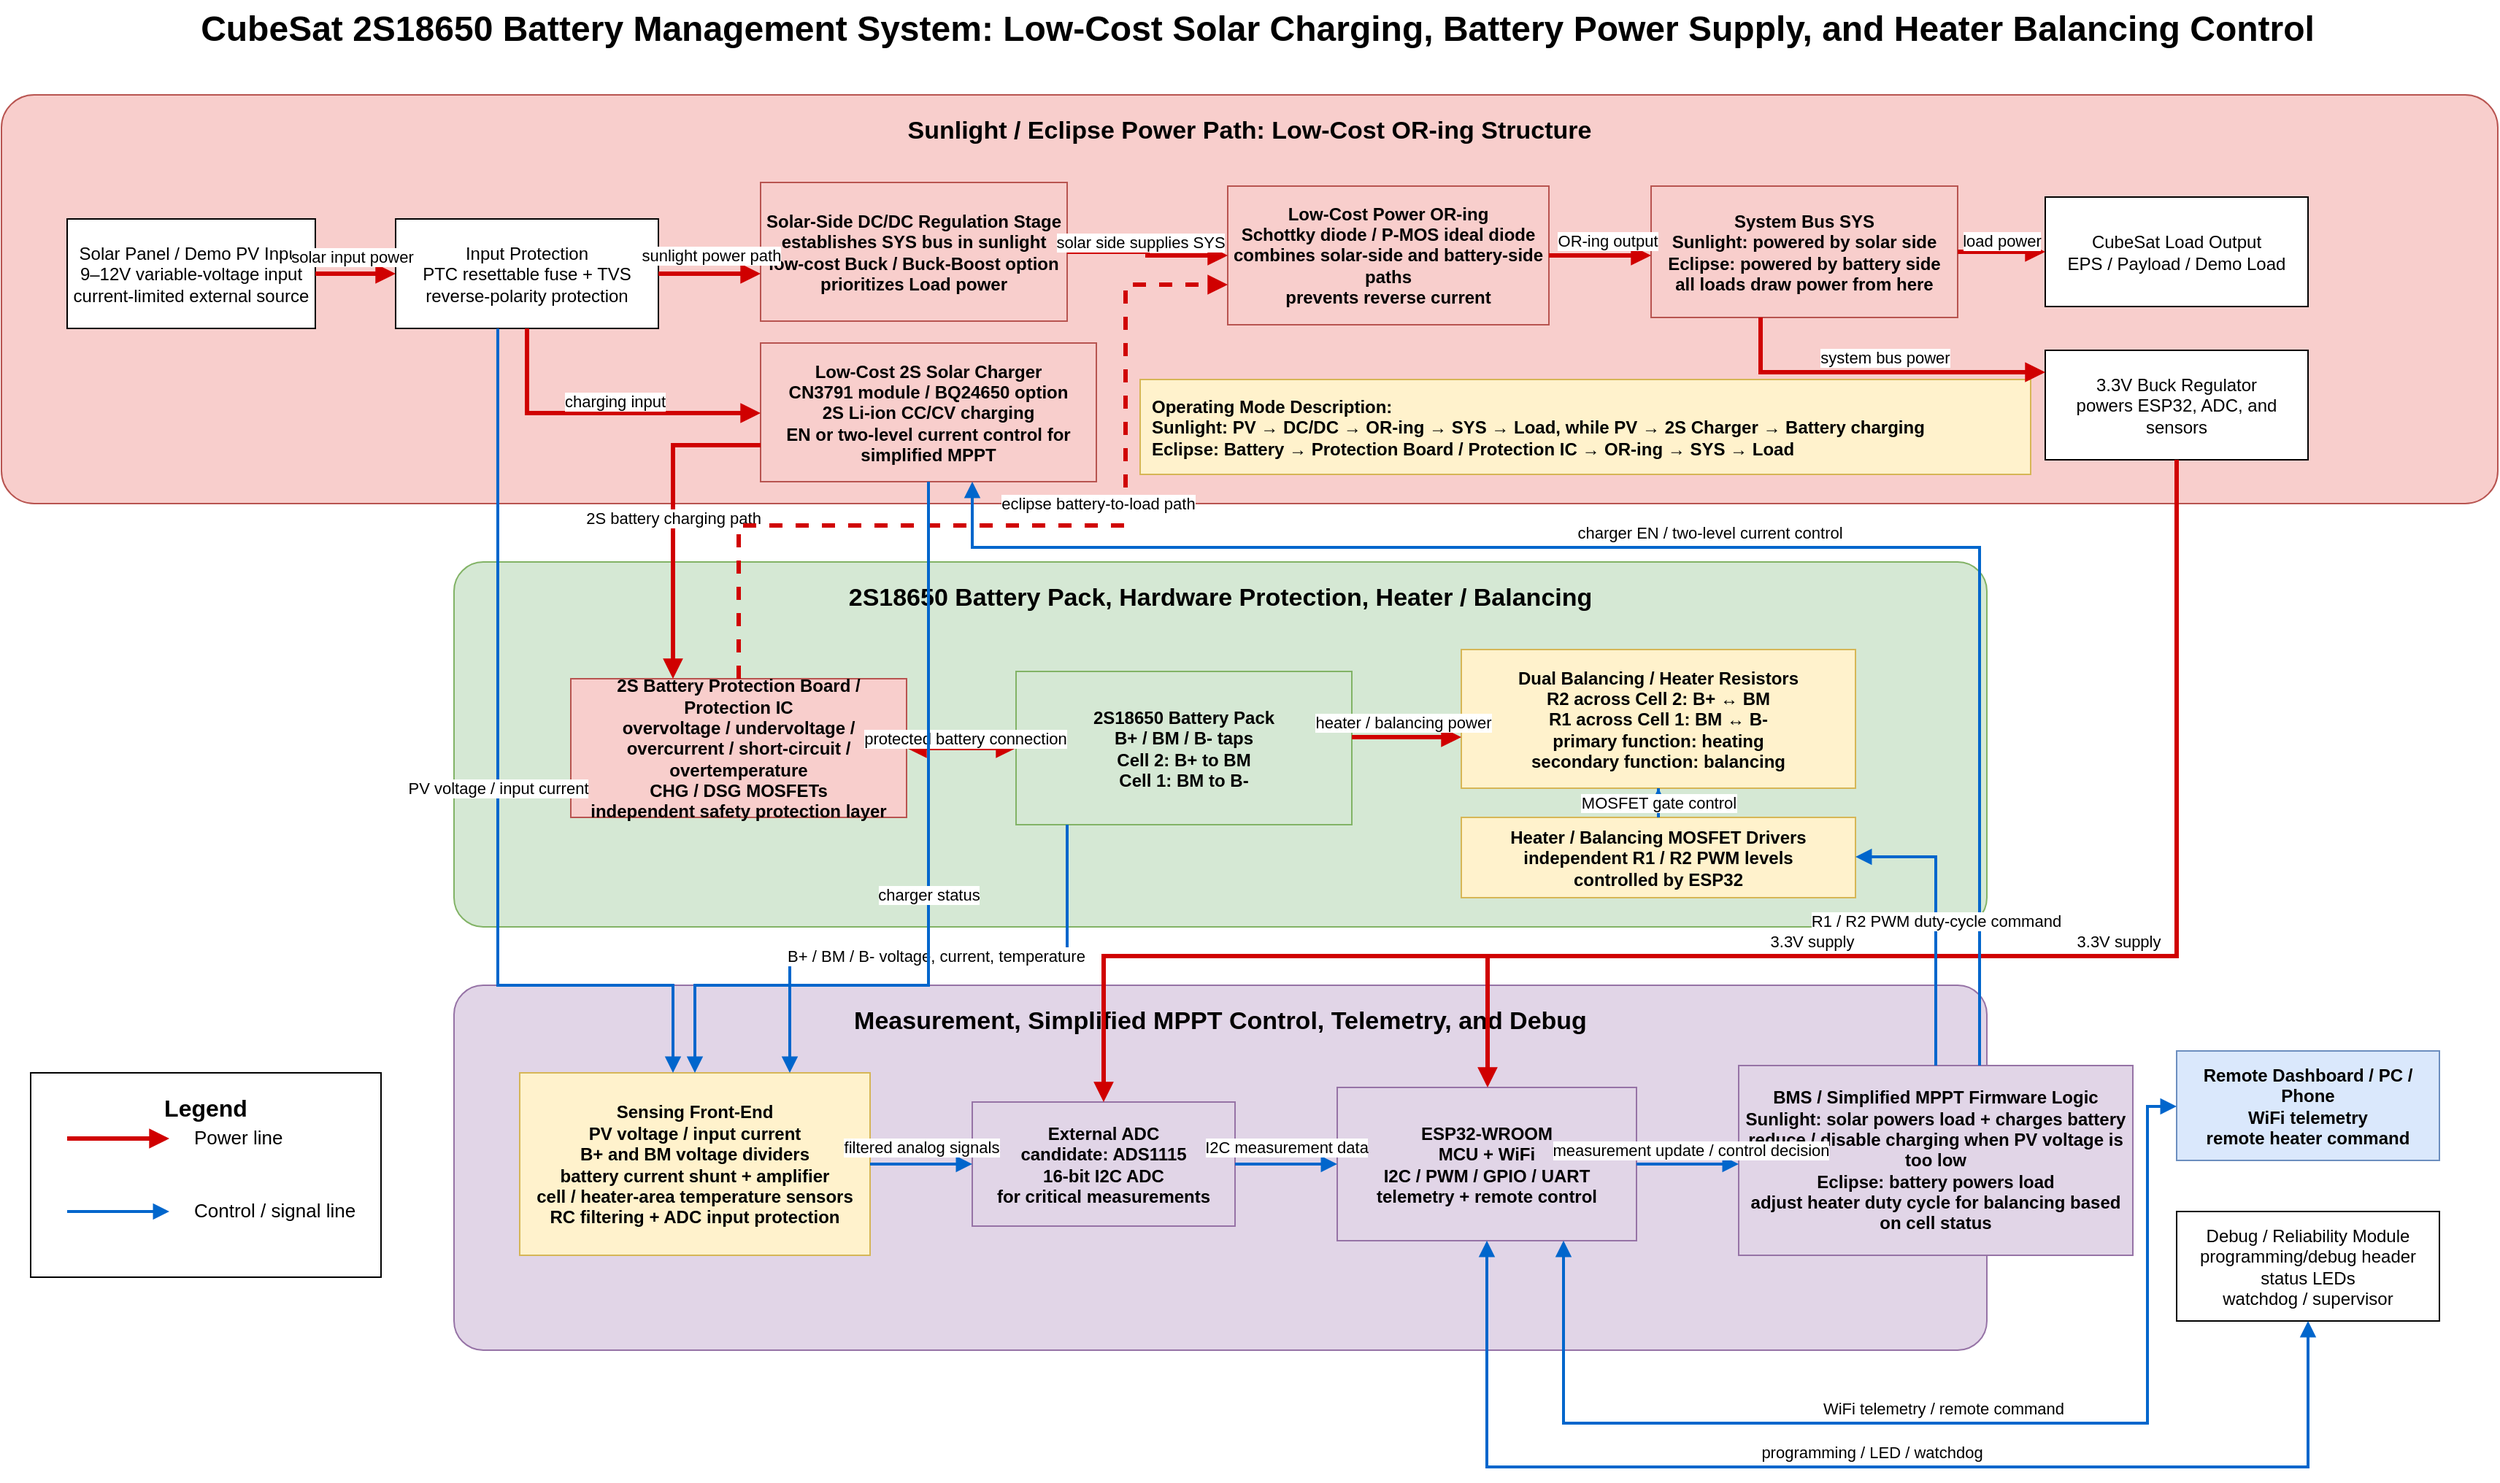
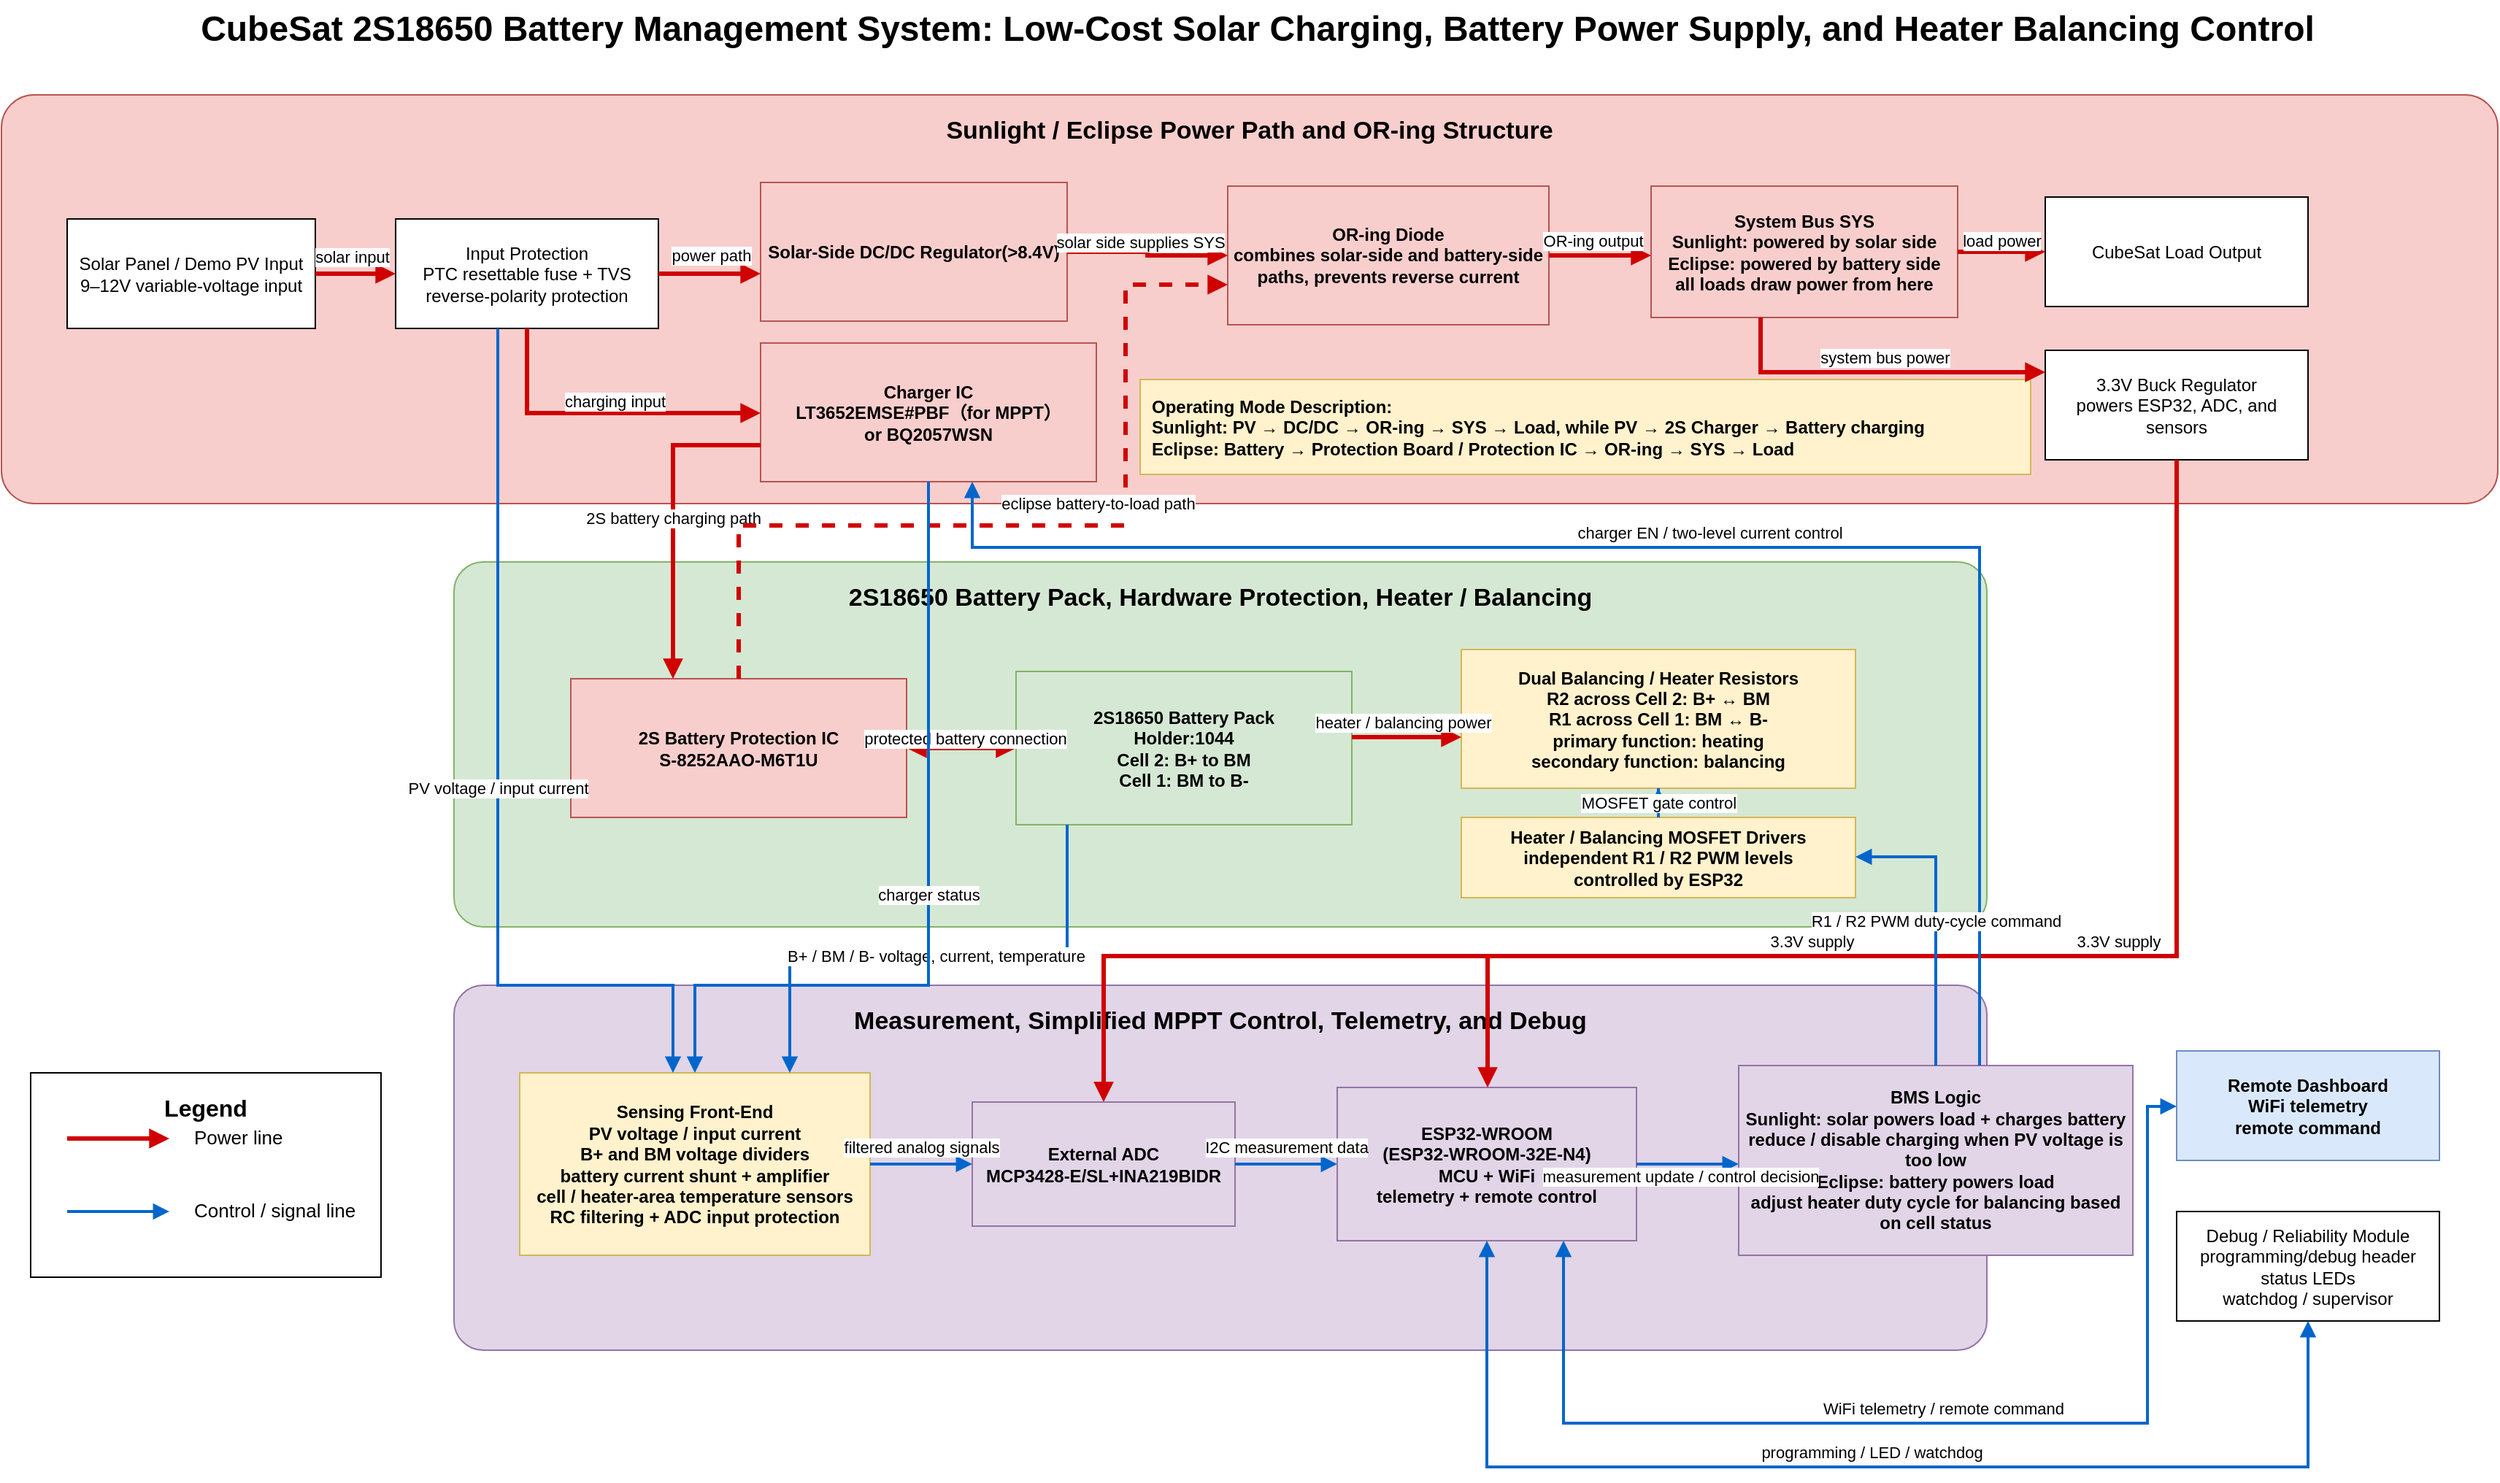
<mxfile host="app.diagrams.net">
  <diagram name="第 1 页" id="mtsnZ4J5otzk8pghUDI_">
-     <mxGraphModel dx="1155" dy="668" grid="1" gridSize="10" guides="1" tooltips="1" connect="1" arrows="1" fold="1" page="1" pageScale="1" pageWidth="1800" pageHeight="1050" math="0" shadow="0">
+     <mxGraphModel dx="856" dy="495" grid="1" gridSize="10" guides="1" tooltips="1" connect="1" arrows="1" fold="1" page="1" pageScale="1" pageWidth="1800" pageHeight="1050" math="0" shadow="0">
      <root>
        <mxCell id="0" />
        <mxCell id="1" parent="0" />
        <mxCell id="title" parent="1" style="text;html=1;strokeColor=none;fillColor=none;align=center;verticalAlign=middle;fontSize=24;fontStyle=1" value="CubeSat 2S18650 Battery Management System: Low-Cost Solar Charging, Battery Power Supply, and Heater Balancing Control" vertex="1">
          <mxGeometry height="40" width="1380" x="210" y="25" as="geometry" />
        </mxCell>
-         <mxCell id="box_power" parent="1" style="rounded=1;whiteSpace=wrap;html=1;container=1;collapsible=0;recursiveResize=0;arcSize=8;fontSize=17;fontStyle=1;verticalAlign=top;spacingTop=8;fillColor=#f8cecc;strokeColor=#b85450;" value="Sunlight / Eclipse Power Path: Low-Cost OR-ing Structure" vertex="1">
+         <mxCell id="box_power" parent="1" style="rounded=1;whiteSpace=wrap;html=1;container=1;collapsible=0;recursiveResize=0;arcSize=8;fontSize=17;fontStyle=1;verticalAlign=top;spacingTop=8;fillColor=#f8cecc;strokeColor=#b85450;" value="Sunlight / Eclipse Power Path and OR-ing Structure" vertex="1">
          <mxGeometry height="280" width="1710" x="40" y="90" as="geometry" />
        </mxCell>
-         <mxCell id="oring" parent="box_power" style="rounded=0;whiteSpace=wrap;html=1;fillColor=#f8cecc;strokeColor=#b85450;fontSize=12;fontStyle=1;" value="Low-Cost Power OR-ing&lt;br&gt;Schottky diode / P-MOS ideal diode&lt;br&gt;combines solar-side and battery-side paths&lt;br&gt;prevents reverse current" vertex="1">
+         <mxCell id="oring" parent="box_power" style="rounded=0;whiteSpace=wrap;html=1;fillColor=#f8cecc;strokeColor=#b85450;fontSize=12;fontStyle=1;" value="OR-ing Diode&lt;br&gt;combines solar-side and battery-side paths, prevents reverse current" vertex="1">
          <mxGeometry height="95" width="220" x="840" y="62.5" as="geometry" />
        </mxCell>
        <mxCell id="system_bus" parent="box_power" style="rounded=0;whiteSpace=wrap;html=1;fillColor=#f8cecc;strokeColor=#b85450;fontSize=12;fontStyle=1;" value="System Bus SYS&lt;br&gt;Sunlight: powered by solar side&lt;br&gt;Eclipse: powered by battery side&lt;br&gt;all loads draw power from here" vertex="1">
          <mxGeometry height="90" width="210" x="1130" y="62.5" as="geometry" />
        </mxCell>
        <mxCell id="p_oring_to_bus" edge="1" parent="box_power" source="oring" style="edgeStyle=orthogonalEdgeStyle;rounded=0;orthogonalLoop=1;jettySize=auto;endArrow=block;html=1;strokeWidth=3;strokeColor=#d00000;fontSize=11;" target="system_bus" value="OR-ing output">
-           <mxGeometry relative="1" x="0.1429" y="10" as="geometry">
+           <mxGeometry relative="1" x="-0.1429" y="10" as="geometry">
            <mxPoint as="offset" />
            <Array as="points">
              <mxPoint x="1110" y="110" />
              <mxPoint x="1110" y="110" />
            </Array>
          </mxGeometry>
        </mxCell>
        <mxCell id="box_battery" parent="1" style="rounded=1;whiteSpace=wrap;html=1;container=1;collapsible=0;recursiveResize=0;arcSize=8;fontSize=17;fontStyle=1;verticalAlign=top;spacingTop=8;fillColor=#d5e8d4;strokeColor=#82b366;" value="2S18650 Battery Pack, Hardware Protection, Heater / Balancing" vertex="1">
          <mxGeometry height="250" width="1050" x="350" y="410" as="geometry" />
        </mxCell>
        <mxCell id="box_control" parent="1" style="rounded=1;whiteSpace=wrap;html=1;container=1;collapsible=0;recursiveResize=0;arcSize=8;fontSize=17;fontStyle=1;verticalAlign=top;spacingTop=8;fillColor=#e1d5e7;strokeColor=#9673a6;" value="Measurement, Simplified MPPT Control, Telemetry, and Debug" vertex="1">
          <mxGeometry height="250" width="1050" x="350" y="700" as="geometry" />
        </mxCell>
        <mxCell id="legend" parent="1" style="rounded=0;whiteSpace=wrap;html=1;fillColor=#ffffff;strokeColor=#000000;fontSize=16;fontStyle=1;verticalAlign=top;spacingTop=8;" value="Legend" vertex="1">
          <mxGeometry height="140" width="240" x="60" y="760" as="geometry" />
        </mxCell>
-         <mxCell id="solar" parent="1" style="rounded=0;whiteSpace=wrap;html=1;fillColor=#ffffff;strokeColor=#000000;fontSize=12;" value="Solar Panel / Demo PV Input&lt;br&gt;9–12V variable-voltage input&lt;br&gt;current-limited external source" vertex="1">
+         <mxCell id="solar" parent="1" style="rounded=0;whiteSpace=wrap;html=1;fillColor=#ffffff;strokeColor=#000000;fontSize=12;" value="Solar Panel / Demo PV Input&lt;br&gt;9–12V variable-voltage input" vertex="1">
          <mxGeometry height="75" width="170" x="85" y="175" as="geometry" />
        </mxCell>
        <mxCell id="input_protection" parent="1" style="rounded=0;whiteSpace=wrap;html=1;fillColor=#ffffff;strokeColor=#000000;fontSize=12;" value="Input Protection&lt;br&gt;PTC resettable fuse + TVS&lt;br&gt;reverse-polarity protection" vertex="1">
          <mxGeometry height="75" width="180" x="310" y="175" as="geometry" />
        </mxCell>
-         <mxCell id="solar_bus_reg" parent="1" style="rounded=0;whiteSpace=wrap;html=1;fillColor=#f8cecc;strokeColor=#b85450;fontSize=12;fontStyle=1;" value="Solar-Side DC/DC Regulation Stage&lt;br&gt;establishes SYS bus in sunlight&lt;br&gt;low-cost Buck / Buck-Boost option&lt;br&gt;prioritizes Load power" vertex="1">
+         <mxCell id="solar_bus_reg" parent="1" style="rounded=0;whiteSpace=wrap;html=1;fillColor=#f8cecc;strokeColor=#b85450;fontSize=12;fontStyle=1;" value="Solar-Side DC/DC Regulator(&amp;gt;8.4V)" vertex="1">
          <mxGeometry height="95" width="210" x="560" y="150" as="geometry" />
        </mxCell>
-         <mxCell id="solar_charger" parent="1" style="rounded=0;whiteSpace=wrap;html=1;fillColor=#f8cecc;strokeColor=#b85450;fontSize=12;fontStyle=1;" value="Low-Cost 2S Solar Charger&lt;br&gt;CN3791 module / BQ24650 option&lt;br&gt;2S Li-ion CC/CV charging&lt;br&gt;EN or two-level current control for simplified MPPT" vertex="1">
+         <mxCell id="solar_charger" parent="1" style="rounded=0;whiteSpace=wrap;html=1;fillColor=#f8cecc;strokeColor=#b85450;fontSize=12;fontStyle=1;" value="Charger IC&lt;br&gt;LT3652EMSE#PBF（for MPPT）&lt;br&gt;or BQ2057WSN" vertex="1">
          <mxGeometry height="95" width="230" x="560" y="260" as="geometry" />
        </mxCell>
-         <mxCell id="load" parent="1" style="rounded=0;whiteSpace=wrap;html=1;fillColor=#ffffff;strokeColor=#000000;fontSize=12;" value="CubeSat Load Output&lt;br&gt;EPS / Payload / Demo Load" vertex="1">
+         <mxCell id="load" parent="1" style="rounded=0;whiteSpace=wrap;html=1;fillColor=#ffffff;strokeColor=#000000;fontSize=12;" value="CubeSat Load Output" vertex="1">
          <mxGeometry height="75" width="180" x="1440" y="160" as="geometry" />
        </mxCell>
        <mxCell id="regulator" parent="1" style="rounded=0;whiteSpace=wrap;html=1;fillColor=#ffffff;strokeColor=#000000;fontSize=12;" value="3.3V Buck Regulator&lt;br&gt;powers ESP32, ADC, and sensors" vertex="1">
          <mxGeometry height="75" width="180" x="1440" y="265" as="geometry" />
        </mxCell>
        <mxCell id="mode_note" parent="1" style="rounded=0;whiteSpace=wrap;html=1;fillColor=#fff2cc;strokeColor=#d6b656;fontSize=12;fontStyle=1;align=left;spacing=8;" value="Operating Mode Description:&lt;br&gt;Sunlight: PV → DC/DC → OR-ing → SYS → Load, while PV → 2S Charger → Battery charging&lt;br&gt;Eclipse: Battery → Protection Board / Protection IC → OR-ing → SYS → Load" vertex="1">
          <mxGeometry height="65" width="610" x="820" y="285" as="geometry" />
        </mxCell>
-         <mxCell id="protection" parent="1" style="rounded=0;whiteSpace=wrap;html=1;fillColor=#f8cecc;strokeColor=#b85450;fontSize=12;fontStyle=1;" value="2S Battery Protection Board / Protection IC&lt;br&gt;overvoltage / undervoltage / overcurrent / short-circuit / overtemperature&lt;br&gt;CHG / DSG MOSFETs&lt;br&gt;independent safety protection layer" vertex="1">
+         <mxCell id="protection" parent="1" style="rounded=0;whiteSpace=wrap;html=1;fillColor=#f8cecc;strokeColor=#b85450;fontSize=12;fontStyle=1;" value="2S Battery Protection IC&lt;br&gt;&lt;div&gt;S-8252AAO-M6T1U&lt;/div&gt;" vertex="1">
          <mxGeometry height="95" width="230" x="430" y="490" as="geometry" />
        </mxCell>
-         <mxCell id="battery" parent="1" style="rounded=0;whiteSpace=wrap;html=1;fillColor=#d5e8d4;strokeColor=#82b366;fontSize=12;fontStyle=1;" value="2S18650 Battery Pack&lt;br&gt;B+ / BM / B- taps&lt;br&gt;Cell 2: B+ to BM&lt;br&gt;Cell 1: BM to B-" vertex="1">
+         <mxCell id="battery" parent="1" style="rounded=0;whiteSpace=wrap;html=1;fillColor=#d5e8d4;strokeColor=#82b366;fontSize=12;fontStyle=1;" value="2S18650 Battery Pack&lt;div&gt;Holder:1044&lt;br&gt;Cell 2: B+ to BM&lt;br&gt;Cell 1: BM to B-&lt;/div&gt;" vertex="1">
          <mxGeometry height="105" width="230" x="735" y="485" as="geometry" />
        </mxCell>
        <mxCell id="heater_resistors" parent="1" style="rounded=0;whiteSpace=wrap;html=1;fillColor=#fff2cc;strokeColor=#d6b656;fontSize=12;fontStyle=1;" value="Dual Balancing / Heater Resistors&lt;br&gt;R2 across Cell 2: B+ ↔ BM&lt;br&gt;R1 across Cell 1: BM ↔ B-&lt;br&gt;primary function: heating&lt;br&gt;secondary function: balancing" vertex="1">
          <mxGeometry height="95" width="270" x="1040" y="470" as="geometry" />
        </mxCell>
        <mxCell id="heater_driver" parent="1" style="rounded=0;whiteSpace=wrap;html=1;fillColor=#fff2cc;strokeColor=#d6b656;fontSize=12;fontStyle=1;" value="Heater / Balancing MOSFET Drivers&lt;br&gt;independent R1 / R2 PWM levels&lt;br&gt;controlled by ESP32" vertex="1">
          <mxGeometry height="55" width="270" x="1040" y="585" as="geometry" />
        </mxCell>
        <mxCell id="sensing" parent="1" style="rounded=0;whiteSpace=wrap;html=1;fillColor=#fff2cc;strokeColor=#d6b656;fontSize=12;fontStyle=1;" value="Sensing Front-End&lt;br&gt;PV voltage / input current&lt;br&gt;B+ and BM voltage dividers&lt;br&gt;battery current shunt + amplifier&lt;br&gt;cell / heater-area temperature sensors&lt;br&gt;RC filtering + ADC input protection" vertex="1">
          <mxGeometry height="125" width="240" x="395" y="760" as="geometry" />
        </mxCell>
-         <mxCell id="adc" parent="1" style="rounded=0;whiteSpace=wrap;html=1;fillColor=#e1d5e7;strokeColor=#9673a6;fontSize=12;fontStyle=1;" value="External ADC&lt;br&gt;candidate: ADS1115&lt;br&gt;16-bit I2C ADC&lt;br&gt;for critical measurements" vertex="1">
+         <mxCell id="adc" parent="1" style="rounded=0;whiteSpace=wrap;html=1;fillColor=#e1d5e7;strokeColor=#9673a6;fontSize=12;fontStyle=1;" value="External ADC&lt;br&gt;MCP3428-E/SL&lt;span style=&quot;background-color: transparent; color: light-dark(rgb(0, 0, 0), rgb(255, 255, 255));&quot;&gt;+&lt;/span&gt;&lt;span style=&quot;background-color: transparent; color: light-dark(rgb(0, 0, 0), rgb(255, 255, 255));&quot;&gt;INA219BIDR&lt;/span&gt;" vertex="1">
          <mxGeometry height="85" width="180" x="705" y="780" as="geometry" />
        </mxCell>
-         <mxCell id="esp32" parent="1" style="rounded=0;whiteSpace=wrap;html=1;fillColor=#e1d5e7;strokeColor=#9673a6;fontSize=12;fontStyle=1;" value="ESP32-WROOM&lt;br&gt;MCU + WiFi&lt;br&gt;I2C / PWM / GPIO / UART&lt;br&gt;telemetry + remote control" vertex="1">
+         <mxCell id="esp32" parent="1" style="rounded=0;whiteSpace=wrap;html=1;fillColor=#e1d5e7;strokeColor=#9673a6;fontSize=12;fontStyle=1;" value="ESP32-WROOM&lt;br&gt;(ESP32-WROOM-32E-N4)&lt;br&gt;MCU + WiFi&lt;br&gt;telemetry + remote control" vertex="1">
          <mxGeometry height="105" width="205" x="955" y="770" as="geometry" />
        </mxCell>
-         <mxCell id="firmware" parent="1" style="rounded=0;whiteSpace=wrap;html=1;fillColor=#e1d5e7;strokeColor=#9673a6;fontSize=12;fontStyle=1;" value="BMS / Simplified MPPT Firmware Logic&lt;br&gt;Sunlight: solar powers load + charges battery&lt;br&gt;reduce / disable charging when PV voltage is too low&lt;br&gt;Eclipse: battery powers load&lt;br&gt;adjust heater duty cycle for balancing based on cell status" vertex="1">
+         <mxCell id="firmware" parent="1" style="rounded=0;whiteSpace=wrap;html=1;fillColor=#e1d5e7;strokeColor=#9673a6;fontSize=12;fontStyle=1;" value="BMS Logic&lt;br&gt;Sunlight: solar powers load + charges battery&lt;br&gt;reduce / disable charging when PV voltage is too low&lt;br&gt;Eclipse: battery powers load&lt;br&gt;adjust heater duty cycle for balancing based on cell status" vertex="1">
          <mxGeometry height="130" width="270" x="1230" y="755" as="geometry" />
        </mxCell>
-         <mxCell id="remote" parent="1" style="rounded=0;whiteSpace=wrap;html=1;fillColor=#dae8fc;strokeColor=#6c8ebf;fontSize=12;fontStyle=1;" value="Remote Dashboard / PC / Phone&lt;br&gt;WiFi telemetry&lt;br&gt;remote heater command" vertex="1">
+         <mxCell id="remote" parent="1" style="rounded=0;whiteSpace=wrap;html=1;fillColor=#dae8fc;strokeColor=#6c8ebf;fontSize=12;fontStyle=1;" value="Remote Dashboard&lt;br&gt;WiFi telemetry&lt;br&gt;remote command" vertex="1">
          <mxGeometry height="75" width="180" x="1530" y="745" as="geometry" />
        </mxCell>
        <mxCell id="debug" parent="1" style="rounded=0;whiteSpace=wrap;html=1;fillColor=#ffffff;strokeColor=#000000;fontSize=12;" value="Debug / Reliability Module&lt;br&gt;programming/debug header&lt;br&gt;status LEDs&lt;br&gt;watchdog / supervisor" vertex="1">
          <mxGeometry height="75" width="180" x="1530" y="855" as="geometry" />
        </mxCell>
        <mxCell id="legend_power_line" edge="1" parent="1" style="endArrow=block;html=1;rounded=0;strokeWidth=3;strokeColor=#d00000;" value="">
          <mxGeometry relative="1" as="geometry">
            <mxPoint x="85" y="805" as="sourcePoint" />
            <mxPoint x="155" y="805" as="targetPoint" />
          </mxGeometry>
        </mxCell>
        <mxCell id="legend_power_text" parent="1" style="text;html=1;strokeColor=none;fillColor=none;fontSize=13;" value="Power line" vertex="1">
          <mxGeometry height="30" width="110" x="170" y="790" as="geometry" />
        </mxCell>
        <mxCell id="legend_signal_line" edge="1" parent="1" style="endArrow=block;html=1;rounded=0;strokeWidth=2;strokeColor=#0066cc;" value="">
          <mxGeometry relative="1" as="geometry">
            <mxPoint x="85" y="855" as="sourcePoint" />
            <mxPoint x="155" y="855" as="targetPoint" />
          </mxGeometry>
        </mxCell>
        <mxCell id="legend_signal_text" parent="1" style="text;html=1;strokeColor=none;fillColor=none;fontSize=13;" value="Control / signal line" vertex="1">
          <mxGeometry height="30" width="130" x="170" y="840" as="geometry" />
        </mxCell>
-         <mxCell id="p_solar_to_input" edge="1" parent="1" source="solar" style="edgeStyle=orthogonalEdgeStyle;rounded=0;orthogonalLoop=1;jettySize=auto;endArrow=block;html=1;strokeWidth=3;strokeColor=#d00000;fontSize=11;" target="input_protection" value="solar input power">
+         <mxCell id="p_solar_to_input" edge="1" parent="1" source="solar" style="edgeStyle=orthogonalEdgeStyle;rounded=0;orthogonalLoop=1;jettySize=auto;endArrow=block;html=1;strokeWidth=3;strokeColor=#d00000;fontSize=11;" target="input_protection" value="solar input">
          <mxGeometry relative="1" x="-0.0909" y="13" as="geometry">
            <mxPoint y="1" as="offset" />
          </mxGeometry>
        </mxCell>
-         <mxCell id="p_input_to_solar_bus_reg" edge="1" parent="1" source="input_protection" style="edgeStyle=orthogonalEdgeStyle;rounded=0;orthogonalLoop=1;jettySize=auto;endArrow=block;html=1;strokeWidth=3;strokeColor=#d00000;fontSize=11;" target="solar_bus_reg" value="sunlight power path">
+         <mxCell id="p_input_to_solar_bus_reg" edge="1" parent="1" source="input_protection" style="edgeStyle=orthogonalEdgeStyle;rounded=0;orthogonalLoop=1;jettySize=auto;endArrow=block;html=1;strokeWidth=3;strokeColor=#d00000;fontSize=11;" target="solar_bus_reg" value="power path">
          <mxGeometry relative="1" x="0.0348" y="13" as="geometry">
            <mxPoint as="offset" />
            <Array as="points">
              <mxPoint x="550" y="212" />
              <mxPoint x="550" y="212" />
            </Array>
          </mxGeometry>
        </mxCell>
        <mxCell id="p_input_to_charger" edge="1" parent="1" source="input_protection" style="edgeStyle=orthogonalEdgeStyle;rounded=0;orthogonalLoop=1;jettySize=auto;endArrow=block;html=1;strokeWidth=3;strokeColor=#d00000;fontSize=11;" target="solar_charger" value="charging input">
          <mxGeometry relative="1" x="0.0828" y="8" as="geometry">
            <mxPoint as="offset" />
            <Array as="points">
              <mxPoint x="400" y="308" />
            </Array>
          </mxGeometry>
        </mxCell>
        <mxCell id="p_solar_bus_reg_to_oring" edge="1" parent="1" source="solar_bus_reg" style="edgeStyle=orthogonalEdgeStyle;rounded=0;orthogonalLoop=1;jettySize=auto;endArrow=block;html=1;strokeWidth=3;strokeColor=#d00000;fontSize=11;" target="oring" value="solar side supplies SYS">
          <mxGeometry relative="1" x="-0.1111" y="8" as="geometry">
            <mxPoint y="1" as="offset" />
          </mxGeometry>
        </mxCell>
        <mxCell id="p_bus_to_load" edge="1" parent="1" source="system_bus" style="edgeStyle=orthogonalEdgeStyle;rounded=0;orthogonalLoop=1;jettySize=auto;endArrow=block;html=1;strokeWidth=3;strokeColor=#d00000;fontSize=11;" target="load" value="load power">
          <mxGeometry relative="1" x="0.0067" y="8" as="geometry">
            <mxPoint as="offset" />
          </mxGeometry>
        </mxCell>
        <mxCell id="p_bus_to_reg" edge="1" parent="1" source="system_bus" style="edgeStyle=orthogonalEdgeStyle;rounded=0;orthogonalLoop=1;jettySize=auto;endArrow=block;html=1;strokeWidth=3;strokeColor=#d00000;fontSize=11;" target="regulator" value="system bus power">
          <mxGeometry relative="1" x="0.0517" y="10" as="geometry">
            <mxPoint as="offset" />
            <Array as="points">
              <mxPoint x="1245" y="280" />
            </Array>
          </mxGeometry>
        </mxCell>
        <mxCell id="p_reg_to_esp" edge="1" parent="1" source="regulator" style="edgeStyle=orthogonalEdgeStyle;rounded=0;orthogonalLoop=1;jettySize=auto;endArrow=block;html=1;strokeWidth=3;strokeColor=#d00000;fontSize=11;" target="esp32" value="3.3V supply">
          <mxGeometry relative="1" x="-0.1575" y="-10" as="geometry">
            <mxPoint as="offset" />
            <Array as="points">
              <mxPoint x="1530" y="680" />
              <mxPoint x="1058" y="680" />
            </Array>
          </mxGeometry>
        </mxCell>
        <mxCell id="p_reg_to_adc" edge="1" parent="1" source="regulator" style="edgeStyle=orthogonalEdgeStyle;rounded=0;orthogonalLoop=1;jettySize=auto;endArrow=block;html=1;strokeWidth=3;strokeColor=#d00000;fontSize=11;" target="adc" value="3.3V supply">
          <mxGeometry relative="1" x="0.0042" y="-10" as="geometry">
            <mxPoint as="offset" />
            <Array as="points">
              <mxPoint x="1530" y="680" />
              <mxPoint x="795" y="680" />
            </Array>
          </mxGeometry>
        </mxCell>
        <mxCell id="p_charger_to_protection" edge="1" parent="1" source="solar_charger" style="edgeStyle=orthogonalEdgeStyle;rounded=0;orthogonalLoop=1;jettySize=auto;endArrow=block;html=1;strokeWidth=3;strokeColor=#d00000;fontSize=11;" target="protection" value="2S battery charging path">
          <mxGeometry relative="1" as="geometry">
            <Array as="points">
              <mxPoint x="500" y="330" />
            </Array>
          </mxGeometry>
        </mxCell>
        <mxCell id="p_protection_to_battery" edge="1" parent="1" source="protection" style="edgeStyle=orthogonalEdgeStyle;rounded=0;orthogonalLoop=1;jettySize=auto;startArrow=block;endArrow=block;html=1;strokeWidth=3;strokeColor=#d00000;fontSize=11;" target="battery" value="protected battery connection">
          <mxGeometry relative="1" x="0.0667" y="8" as="geometry">
            <mxPoint y="1" as="offset" />
          </mxGeometry>
        </mxCell>
        <mxCell id="p_protection_to_oring" edge="1" parent="1" source="protection" style="edgeStyle=orthogonalEdgeStyle;rounded=0;orthogonalLoop=1;jettySize=auto;endArrow=block;html=1;strokeWidth=3;strokeColor=#d00000;fontSize=11;dashed=1;" target="oring" value="eclipse battery-to-load path">
          <mxGeometry relative="1" x="0.1579" y="15" as="geometry">
            <mxPoint as="offset" />
            <Array as="points">
              <mxPoint x="545" y="385" />
              <mxPoint x="810" y="385" />
              <mxPoint x="810" y="220" />
            </Array>
          </mxGeometry>
        </mxCell>
        <mxCell id="p_battery_to_heater" edge="1" parent="1" source="battery" style="edgeStyle=orthogonalEdgeStyle;rounded=0;orthogonalLoop=1;jettySize=auto;endArrow=block;html=1;strokeWidth=3;strokeColor=#d00000;fontSize=11;" target="heater_resistors" value="heater / balancing power">
          <mxGeometry relative="1" x="-0.0667" y="10" as="geometry">
            <mxPoint as="offset" />
            <Array as="points">
              <mxPoint x="1030" y="530" />
              <mxPoint x="1030" y="530" />
            </Array>
          </mxGeometry>
        </mxCell>
        <mxCell id="s_battery_to_sensing" edge="1" parent="1" source="battery" style="edgeStyle=orthogonalEdgeStyle;rounded=0;orthogonalLoop=1;jettySize=auto;endArrow=block;html=1;strokeWidth=2;strokeColor=#0066cc;fontSize=11;" target="sensing" value="B+ / BM / B- voltage, current, temperature">
          <mxGeometry relative="1" as="geometry">
            <Array as="points">
              <mxPoint x="770" y="680" />
              <mxPoint x="580" y="680" />
            </Array>
          </mxGeometry>
        </mxCell>
        <mxCell id="s_pv_to_sensing" edge="1" parent="1" source="input_protection" style="edgeStyle=orthogonalEdgeStyle;rounded=0;orthogonalLoop=1;jettySize=auto;endArrow=block;html=1;strokeWidth=2;strokeColor=#0066cc;fontSize=11;" target="sensing" value="PV voltage / input current">
          <mxGeometry relative="1" as="geometry">
            <Array as="points">
              <mxPoint x="380" y="700" />
              <mxPoint x="500" y="700" />
            </Array>
          </mxGeometry>
        </mxCell>
        <mxCell id="s_charger_to_sensing" edge="1" parent="1" source="solar_charger" style="edgeStyle=orthogonalEdgeStyle;rounded=0;orthogonalLoop=1;jettySize=auto;endArrow=block;html=1;strokeWidth=2;strokeColor=#0066cc;fontSize=11;" target="sensing" value="charger status">
          <mxGeometry relative="1" as="geometry">
            <Array as="points">
              <mxPoint x="675" y="700" />
              <mxPoint x="515" y="700" />
            </Array>
          </mxGeometry>
        </mxCell>
        <mxCell id="s_sensing_to_adc" edge="1" parent="1" source="sensing" style="edgeStyle=orthogonalEdgeStyle;rounded=0;orthogonalLoop=1;jettySize=auto;endArrow=block;html=1;strokeWidth=2;strokeColor=#0066cc;fontSize=11;" target="adc" value="filtered analog signals">
          <mxGeometry relative="1" y="13" as="geometry">
            <mxPoint y="1" as="offset" />
          </mxGeometry>
        </mxCell>
        <mxCell id="s_adc_to_esp" edge="1" parent="1" source="adc" style="edgeStyle=orthogonalEdgeStyle;rounded=0;orthogonalLoop=1;jettySize=auto;endArrow=block;html=1;strokeWidth=2;strokeColor=#0066cc;fontSize=11;" target="esp32" value="I2C measurement data">
          <mxGeometry relative="1" y="13" as="geometry">
            <mxPoint y="1" as="offset" />
          </mxGeometry>
        </mxCell>
        <mxCell id="s_esp_to_firmware" edge="1" parent="1" source="esp32" style="edgeStyle=orthogonalEdgeStyle;rounded=0;orthogonalLoop=1;jettySize=auto;endArrow=block;html=1;strokeWidth=2;strokeColor=#0066cc;fontSize=11;" target="firmware" value="measurement update / control decision">
-           <mxGeometry relative="1" x="0.036" y="10" as="geometry">
+           <mxGeometry relative="1" x="-0.1429" y="-8" as="geometry">
            <mxPoint as="offset" />
            <Array as="points">
              <mxPoint x="1210" y="822" />
              <mxPoint x="1210" y="822" />
            </Array>
          </mxGeometry>
        </mxCell>
        <mxCell id="s_firmware_to_charger" edge="1" parent="1" style="edgeStyle=orthogonalEdgeStyle;rounded=0;orthogonalLoop=1;jettySize=auto;endArrow=block;html=1;strokeWidth=2;strokeColor=#0066cc;fontSize=11;" value="charger EN / two-level current control">
          <mxGeometry relative="1" x="-0.009" y="-10" as="geometry">
            <mxPoint as="offset" />
            <Array as="points">
              <mxPoint x="1394.96" y="400" />
              <mxPoint x="704.96" y="400" />
            </Array>
            <mxPoint x="1395.00347826087" y="755" as="sourcePoint" />
            <mxPoint x="705.0034782608698" y="355" as="targetPoint" />
          </mxGeometry>
        </mxCell>
        <mxCell id="s_firmware_to_heater_driver" edge="1" parent="1" source="firmware" style="edgeStyle=orthogonalEdgeStyle;rounded=0;orthogonalLoop=1;jettySize=auto;endArrow=block;html=1;strokeWidth=2;strokeColor=#0066cc;fontSize=11;" target="heater_driver" value="R1 / R2 PWM duty-cycle command">
          <mxGeometry relative="1" as="geometry">
            <Array as="points">
              <mxPoint x="1365" y="612" />
            </Array>
          </mxGeometry>
        </mxCell>
        <mxCell id="s_heater_driver_to_resistors" edge="1" parent="1" source="heater_driver" style="edgeStyle=orthogonalEdgeStyle;rounded=0;orthogonalLoop=1;jettySize=auto;endArrow=block;html=1;strokeWidth=2;strokeColor=#0066cc;fontSize=11;" target="heater_resistors" value="MOSFET gate control">
          <mxGeometry relative="1" as="geometry" />
        </mxCell>
        <mxCell id="s_esp_to_remote" edge="1" parent="1" source="esp32" style="edgeStyle=orthogonalEdgeStyle;rounded=0;orthogonalLoop=1;jettySize=auto;startArrow=block;endArrow=block;html=1;strokeWidth=2;strokeColor=#0066cc;fontSize=11;" target="remote" value="WiFi telemetry / remote command">
          <mxGeometry relative="1" x="0.0105" y="10" as="geometry">
            <mxPoint as="offset" />
            <Array as="points">
              <mxPoint x="1110" y="1000" />
              <mxPoint x="1510" y="1000" />
              <mxPoint x="1510" y="783" />
            </Array>
          </mxGeometry>
        </mxCell>
        <mxCell id="s_esp_to_debug" edge="1" parent="1" source="esp32" style="edgeStyle=orthogonalEdgeStyle;rounded=0;orthogonalLoop=1;jettySize=auto;startArrow=block;endArrow=block;html=1;strokeWidth=2;strokeColor=#0066cc;fontSize=11;" target="debug" value="programming / LED / watchdog">
          <mxGeometry relative="1" x="0.0214" y="10" as="geometry">
            <mxPoint x="1" as="offset" />
            <Array as="points">
              <mxPoint x="1058" y="1030" />
              <mxPoint x="1620" y="1030" />
            </Array>
          </mxGeometry>
        </mxCell>
      </root>
    </mxGraphModel>
  </diagram>
</mxfile>
